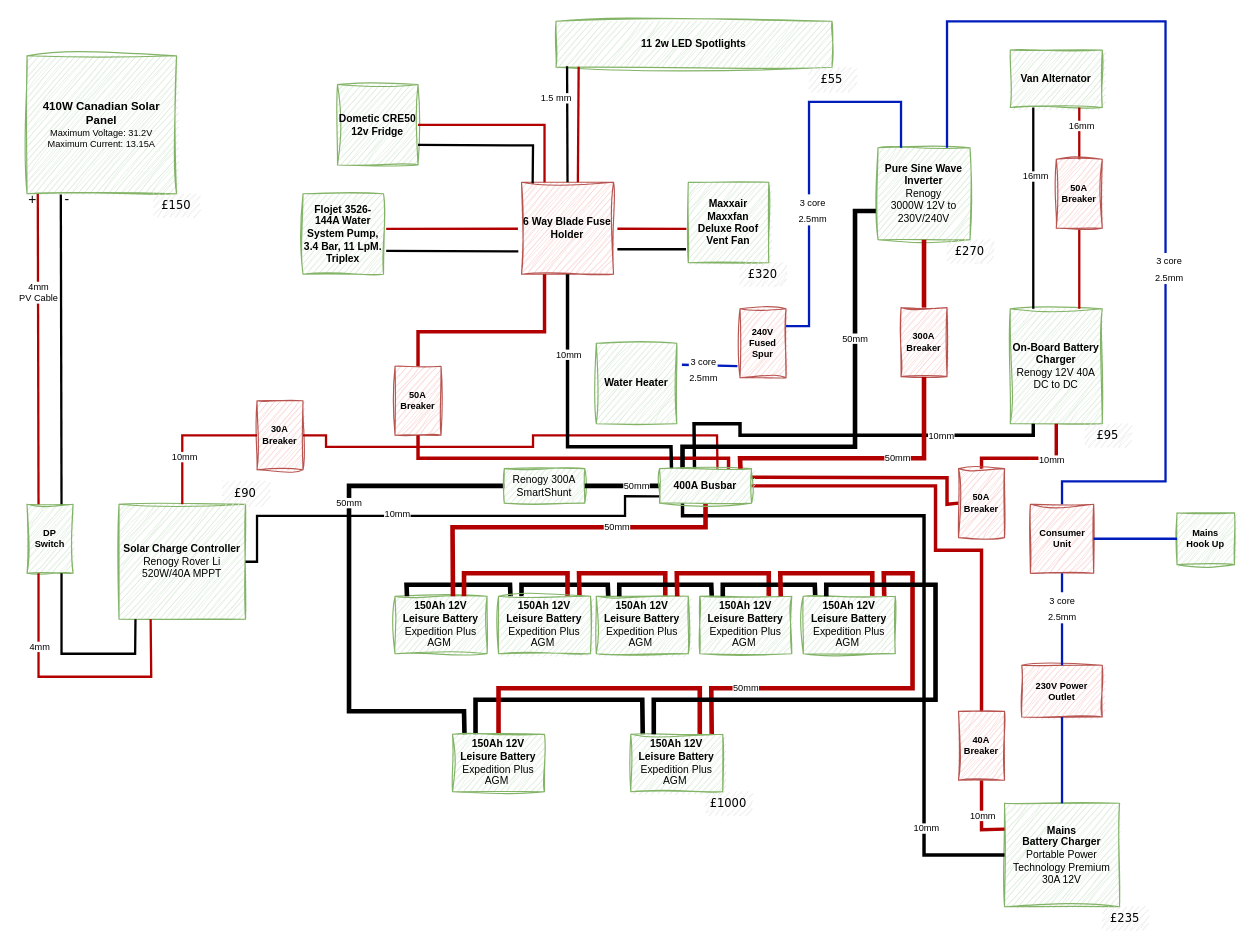
martinlt/reference keeps this draw.io diagram as page "Electrical System" (2 of 3) of Designs.drawio. Above is the earlier version. Source tidied: cells renumbered, new cells numbered last; positions are measured from the earlier drawing's top-left corner, leaving out a move shared by most shapes. Both pictures are drawn from the tidied source at 115%, with x=0, y=0 at pixel (26, 21).
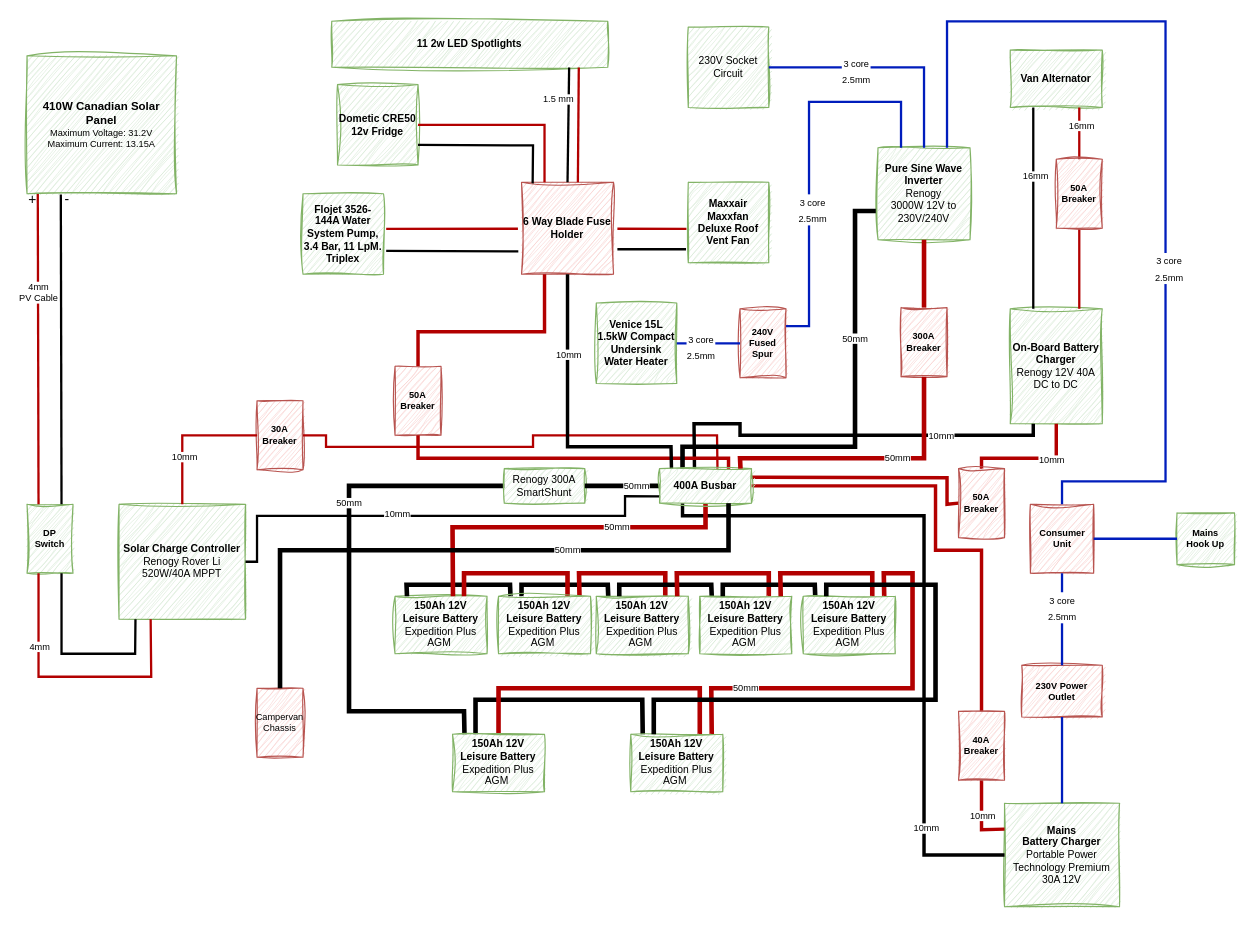
The same diagram, later.

Unchanged cells that the change refers to:
```xml
<mxCell id="44" value="&lt;b&gt;Pure Sine Wave Inverter&lt;br&gt;&lt;/b&gt;Renogy&lt;br&gt;3000W 12V to 230V/240V" style="rounded=0;whiteSpace=wrap;html=1;sketch=1;curveFitting=1;jiggle=2;fontSize=9;fillColor=#d5e8d4;strokeColor=#82b366;" parent="1" vertex="1">
  <mxGeometry x="740" y="110" width="80" height="80" as="geometry" />
</mxCell>
<mxCell id="51" value="&lt;b&gt;6 Way Blade Fuse Holder&lt;/b&gt;" style="rounded=0;whiteSpace=wrap;html=1;sketch=1;curveFitting=1;jiggle=2;fontSize=9;fillColor=#f8cecc;strokeColor=#b85450;" parent="1" vertex="1">
  <mxGeometry x="430" y="140" width="80" height="80" as="geometry" />
</mxCell>
<mxCell id="103" value="&lt;span style=&quot;font-size: 8px;&quot;&gt;&lt;b style=&quot;font-size: 8px;&quot;&gt;240V Fused Spur&lt;/b&gt;&lt;/span&gt;" style="rounded=0;whiteSpace=wrap;html=1;sketch=1;curveFitting=1;jiggle=2;fontSize=8;fillColor=#f8cecc;strokeColor=#b85450;" parent="1" vertex="1">
  <mxGeometry x="620" y="250" width="40" height="60" as="geometry" />
</mxCell>
<mxCell id="113" value="&lt;b&gt;400A Busbar&lt;/b&gt;" style="rounded=0;whiteSpace=wrap;html=1;sketch=1;curveFitting=1;jiggle=2;fontSize=9;fillColor=#d5e8d4;strokeColor=#82b366;points=[[0,0,0,0,0],[0,0.25,0,0,0],[0,0.5,0,0,0],[0,0.75,0,0,0],[0,1,0,0,0],[0.13,0,0,0,0],[0.25,0,0,0,0],[0.25,1,0,0,0],[0.38,0,0,0,0],[0.5,0,0,0,0],[0.5,1,0,0,0],[0.63,0,0,0,0],[0.75,0,0,0,0],[0.75,1,0,0,0],[0.88,0,0,0,0],[1,0,0,0,0],[1,0.25,0,0,0],[1,0.5,0,0,0],[1,0.75,0,0,0],[1,1,0,0,0]];" parent="1" vertex="1">
  <mxGeometry x="550" y="389" width="80" height="30" as="geometry" />
</mxCell>
```

The edit, as a diff of the source:
```diff
@@
     <mxCell id="57" value="&lt;b&gt;11 2w LED Spotlights&lt;/b&gt;" style="rounded=0;whiteSpace=wrap;html=1;sketch=1;curveFitting=1;jiggle=2;fontSize=9;fillColor=#d5e8d4;strokeColor=#82b366;" parent="1" vertex="1">
-      <mxGeometry x="460" width="240" height="40" as="geometry" />
+      <mxGeometry x="265" width="240" height="40" as="geometry" />
     </mxCell>
-    <mxCell id="58" style="endArrow=none;html=1;rounded=0;strokeWidth=2;strokeColor=#000000;fillColor=#e51400;entryX=0.04;entryY=0.979;entryDx=0;entryDy=0;exitX=0.5;exitY=0;exitDx=0;exitDy=0;entryPerimeter=0;" parent="1" edge="1" source="51" target="57">
+    <mxCell id="58" style="endArrow=none;html=1;rounded=0;strokeWidth=2;strokeColor=#000000;fillColor=#e51400;entryX=0.86;entryY=1.003;entryDx=0;entryDy=0;exitX=0.5;exitY=0;exitDx=0;exitDy=0;entryPerimeter=0;" parent="1" edge="1" source="51" target="57">
       <mxGeometry relative="1" as="geometry" />
     </mxCell>
@@
-    <mxCell id="60" style="endArrow=none;html=1;rounded=0;strokeWidth=2;strokeColor=#B20000;fillColor=#e51400;entryX=0.082;entryY=0.99;entryDx=0;entryDy=0;exitX=0.5;exitY=0;exitDx=0;exitDy=0;entryPerimeter=0;" parent="1" edge="1" target="57">
+    <mxCell id="60" style="endArrow=none;html=1;rounded=0;strokeWidth=2;strokeColor=#B20000;fillColor=#e51400;entryX=0.895;entryY=1.003;entryDx=0;entryDy=0;exitX=0.5;exitY=0;exitDx=0;exitDy=0;entryPerimeter=0;" parent="1" edge="1" target="57">
       <mxGeometry relative="1" as="geometry">
         <mxPoint x="479" y="140" as="sourcePoint" />
       </mxGeometry>
     </mxCell>
@@
-    <mxCell id="70" value="£320" style="text;html=1;strokeColor=none;fillColor=#E6E6E6;align=center;verticalAlign=middle;whiteSpace=wrap;rounded=0;fontSize=10;fontFamily=Verdana;fontStyle=0;sketch=1;curveFitting=1;jiggle=2;" parent="1" vertex="1">
-      <mxGeometry x="620" y="210" width="40" height="20" as="geometry" />
-    </mxCell>
-    <mxCell id="71" value="£270" style="text;html=1;strokeColor=none;fillColor=#E6E6E6;align=center;verticalAlign=middle;whiteSpace=wrap;rounded=0;fontSize=10;fontFamily=Verdana;fontStyle=0;sketch=1;curveFitting=1;jiggle=2;" parent="1" vertex="1">
-      <mxGeometry x="800" y="190" width="40" height="20" as="geometry" />
-    </mxCell>
-    <mxCell id="72" value="£95" style="text;html=1;strokeColor=none;fillColor=#E6E6E6;align=center;verticalAlign=middle;whiteSpace=wrap;rounded=0;fontSize=10;fontFamily=Verdana;fontStyle=0;sketch=1;curveFitting=1;jiggle=2;" parent="1" vertex="1">
-      <mxGeometry x="920" y="350" width="40" height="20" as="geometry" />
-    </mxCell>
-    <mxCell id="73" value="£150" style="text;html=1;strokeColor=none;fillColor=#E6E6E6;align=center;verticalAlign=middle;whiteSpace=wrap;rounded=0;fontSize=10;fontFamily=Verdana;fontStyle=0;sketch=1;curveFitting=1;jiggle=2;" parent="1" vertex="1">
-      <mxGeometry x="110" y="150" width="40" height="20" as="geometry" />
-    </mxCell>
-    <mxCell id="74" value="£90" style="text;html=1;strokeColor=none;fillColor=#E6E6E6;align=center;verticalAlign=middle;whiteSpace=wrap;rounded=0;fontSize=10;fontFamily=Verdana;fontStyle=0;sketch=1;curveFitting=1;jiggle=2;" parent="1" vertex="1">
-      <mxGeometry x="170" y="400" width="40" height="20" as="geometry" />
-    </mxCell>
-    <mxCell id="75" value="£1000" style="text;html=1;strokeColor=none;fillColor=#E6E6E6;align=center;verticalAlign=middle;whiteSpace=wrap;rounded=0;fontSize=10;fontFamily=Verdana;fontStyle=0;sketch=1;curveFitting=1;jiggle=2;" parent="1" vertex="1">
-      <mxGeometry x="590" y="670" width="40" height="20" as="geometry" />
-    </mxCell>
-    <mxCell id="76" value="£235" style="text;html=1;strokeColor=none;fillColor=#E6E6E6;align=center;verticalAlign=middle;whiteSpace=wrap;rounded=0;fontSize=10;fontFamily=Verdana;fontStyle=0;sketch=1;curveFitting=1;jiggle=2;" parent="1" vertex="1">
-      <mxGeometry x="935" y="770" width="40" height="20" as="geometry" />
-    </mxCell>
-    <mxCell id="77" value="£55" style="text;html=1;strokeColor=none;fillColor=#E6E6E6;align=center;verticalAlign=middle;whiteSpace=wrap;rounded=0;fontSize=10;fontFamily=Verdana;fontStyle=0;sketch=1;curveFitting=1;jiggle=2;" parent="1" vertex="1">
-      <mxGeometry x="680" y="40" width="40" height="20" as="geometry" />
-    </mxCell>
@@
-    <mxCell id="102" value="&lt;b&gt;Water Heater&lt;/b&gt;" style="rounded=0;whiteSpace=wrap;html=1;sketch=1;curveFitting=1;jiggle=2;fontSize=9;fillColor=#d5e8d4;strokeColor=#82b366;" parent="1" vertex="1">
-      <mxGeometry x="495" y="280" width="70" height="70" as="geometry" />
+    <mxCell id="102" value="&lt;b&gt;Venice 15L 1.5kW Compact Undersink Water Heater&lt;/b&gt;" style="rounded=0;whiteSpace=wrap;html=1;sketch=1;curveFitting=1;jiggle=2;fontSize=9;fillColor=#d5e8d4;strokeColor=#82b366;" parent="1" vertex="1">
+      <mxGeometry x="495" y="245" width="70" height="70" as="geometry" />
     </mxCell>
@@
-    <mxCell id="106" style="endArrow=none;html=1;rounded=0;strokeWidth=2;strokeColor=#001DBC;exitX=1.064;exitY=0.267;exitDx=0;exitDy=0;entryX=-0.057;entryY=0.83;entryDx=0;entryDy=0;fillColor=#0050ef;exitPerimeter=0;entryPerimeter=0;" parent="1" edge="1" source="102" target="103">
+    <mxCell id="106" style="endArrow=none;html=1;rounded=0;strokeWidth=2;strokeColor=#001DBC;exitX=1;exitY=0.5;exitDx=0;exitDy=0;entryX=0;entryY=0.5;entryDx=0;entryDy=0;fillColor=#0050ef;" parent="1" edge="1" source="102" target="103">
       <mxGeometry relative="1" as="geometry" />
     </mxCell>
@@
+    <mxCell id="116" value="230V Socket Circuit" style="rounded=0;whiteSpace=wrap;html=1;sketch=1;curveFitting=1;jiggle=2;fontSize=9;fillColor=#d5e8d4;strokeColor=#82b366;" parent="1" vertex="1">
+      <mxGeometry x="575" y="5" width="70" height="70" as="geometry" />
+    </mxCell>
+    <mxCell id="117" style="endArrow=none;html=1;rounded=0;strokeWidth=2;strokeColor=#001DBC;exitX=1;exitY=0.5;exitDx=0;exitDy=0;entryX=0.5;entryY=0;entryDx=0;entryDy=0;fillColor=#0050ef;" parent="1" edge="1" source="116" target="44">
+      <mxGeometry relative="1" as="geometry">
+        <Array as="points">
+          <mxPoint x="780" y="40" />
+        </Array>
+      </mxGeometry>
+    </mxCell>
+    <mxCell id="118" value="&lt;span style=&quot;font-size: 8px;&quot;&gt;3 core&lt;/span&gt;&lt;br style=&quot;font-size: 8px;&quot;&gt;&lt;span style=&quot;font-size: 8px;&quot;&gt;2.5mm&lt;/span&gt;" style="edgeLabel;html=1;align=center;verticalAlign=middle;" parent="117" vertex="1">
+      <mxGeometry x="-0.27" y="-2" relative="1" as="geometry" />
+    </mxCell>
+    <mxCell id="119" value="Campervan Chassis" style="rounded=0;whiteSpace=wrap;html=1;sketch=1;curveFitting=1;jiggle=2;fontSize=8;fillColor=#f8cecc;strokeColor=#b85450;" parent="1" vertex="1">
+      <mxGeometry x="200" y="580" width="40" height="60" as="geometry" />
+    </mxCell>
+    <mxCell id="120" style="endArrow=none;html=1;rounded=0;strokeWidth=4;strokeColor=#000000;exitX=0.75;exitY=1;exitDx=0;exitDy=0;fillColor=#e51400;entryX=0.5;entryY=0;entryDx=0;entryDy=0;exitPerimeter=0;" parent="1" edge="1" source="113" target="119">
+      <mxGeometry relative="1" as="geometry">
+        <Array as="points">
+          <mxPoint x="610" y="460" />
+          <mxPoint x="220" y="460" />
+        </Array>
+      </mxGeometry>
+    </mxCell>
+    <mxCell id="121" value="50mm" style="edgeLabel;html=1;align=center;verticalAlign=middle;fontSize=8;" parent="120" vertex="1">
+      <mxGeometry x="-0.34" y="-1" relative="1" as="geometry" />
+    </mxCell>
```
